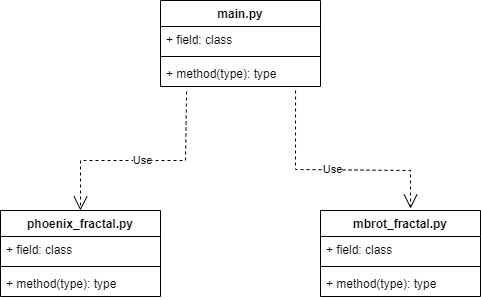
Before: doc/UML-5.0.png, a diagram exported from draw.io (TannertheHowell/modular-fractal-generator). Source tidied: cells renumbered, new cells last; positions are measured from the earlier drawing's top-left corner, leaving out a move shared by most shapes. Its diagram source:
```xml
<mxGraphModel>
  <root>
    <mxCell id="0" />
    <mxCell id="1" parent="0" />
    <mxCell id="2" value="main.py" style="swimlane;fontStyle=1;align=center;verticalAlign=top;horizontal=1;startSize=26;whiteSpace=wrap;html=1;" parent="1" vertex="1">
      <mxGeometry x="160" width="160" height="86" as="geometry" />
    </mxCell>
    <mxCell id="3" value="+ field: class" style="text;strokeColor=none;fillColor=none;align=left;verticalAlign=top;spacingLeft=4;spacingRight=4;overflow=hidden;whiteSpace=wrap;html=1;" parent="2" vertex="1">
      <mxGeometry y="26" width="160" height="26" as="geometry" />
    </mxCell>
    <mxCell id="4" style="line;strokeWidth=1;fillColor=none;align=left;verticalAlign=middle;spacingTop=-1;spacingLeft=3;spacingRight=3;labelPosition=right;strokeColor=inherit;" parent="2" vertex="1">
      <mxGeometry y="52" width="160" height="8" as="geometry" />
    </mxCell>
    <mxCell id="5" value="+ method(type): type" style="text;strokeColor=none;fillColor=none;align=left;verticalAlign=top;spacingLeft=4;spacingRight=4;overflow=hidden;points=[[0,0.5],[1,0.5]];portConstraint=eastwest;whiteSpace=wrap;html=1;" parent="2" vertex="1">
      <mxGeometry y="60" width="160" height="26" as="geometry" />
    </mxCell>
    <mxCell id="6" value="phoenix_fractal.py" style="swimlane;fontStyle=1;align=center;verticalAlign=top;horizontal=1;startSize=26;whiteSpace=wrap;html=1;" parent="1" vertex="1">
      <mxGeometry y="210" width="160" height="86" as="geometry" />
    </mxCell>
    <mxCell id="7" value="+ field: class" style="text;strokeColor=none;fillColor=none;align=left;verticalAlign=top;spacingLeft=4;spacingRight=4;overflow=hidden;whiteSpace=wrap;html=1;" parent="6" vertex="1">
      <mxGeometry y="26" width="160" height="26" as="geometry" />
    </mxCell>
    <mxCell id="8" style="line;strokeWidth=1;fillColor=none;align=left;verticalAlign=middle;spacingTop=-1;spacingLeft=3;spacingRight=3;labelPosition=right;strokeColor=inherit;" parent="6" vertex="1">
      <mxGeometry y="52" width="160" height="8" as="geometry" />
    </mxCell>
    <mxCell id="9" value="+ method(type): type" style="text;strokeColor=none;fillColor=none;align=left;verticalAlign=top;spacingLeft=4;spacingRight=4;overflow=hidden;whiteSpace=wrap;html=1;" parent="6" vertex="1">
      <mxGeometry y="60" width="160" height="26" as="geometry" />
    </mxCell>
    <mxCell id="10" value="mbrot_fractal.py" style="swimlane;fontStyle=1;align=center;verticalAlign=top;horizontal=1;startSize=26;whiteSpace=wrap;html=1;" parent="1" vertex="1">
      <mxGeometry x="320" y="210" width="160" height="86" as="geometry" />
    </mxCell>
    <mxCell id="11" value="+ field: class" style="text;strokeColor=none;fillColor=none;align=left;verticalAlign=top;spacingLeft=4;spacingRight=4;overflow=hidden;whiteSpace=wrap;html=1;" parent="10" vertex="1">
      <mxGeometry y="26" width="160" height="26" as="geometry" />
    </mxCell>
    <mxCell id="12" style="line;strokeWidth=1;fillColor=none;align=left;verticalAlign=middle;spacingTop=-1;spacingLeft=3;spacingRight=3;labelPosition=right;strokeColor=inherit;" parent="10" vertex="1">
      <mxGeometry y="52" width="160" height="8" as="geometry" />
    </mxCell>
    <mxCell id="13" value="+ method(type): type" style="text;strokeColor=none;fillColor=none;align=left;verticalAlign=top;spacingLeft=4;spacingRight=4;overflow=hidden;whiteSpace=wrap;html=1;" parent="10" vertex="1">
      <mxGeometry y="60" width="160" height="26" as="geometry" />
    </mxCell>
    <mxCell id="14" value="Use" style="endArrow=open;endSize=12;dashed=1;html=1;rounded=0;exitX=0.163;exitY=1.192;exitDx=0;exitDy=0;exitPerimeter=0;entryX=0.5;entryY=0;entryDx=0;entryDy=0;" parent="1" edge="1" source="5" target="6">
      <mxGeometry relative="1" as="geometry">
        <Array as="points">
          <mxPoint x="185" y="160" />
          <mxPoint x="80" y="160" />
        </Array>
      </mxGeometry>
    </mxCell>
    <mxCell id="15" value="Use" style="endArrow=open;endSize=12;dashed=1;html=1;rounded=0;exitX=0.844;exitY=1.154;exitDx=0;exitDy=0;exitPerimeter=0;entryX=0.563;entryY=-0.023;entryDx=0;entryDy=0;entryPerimeter=0;" parent="1" edge="1" source="5" target="10">
      <mxGeometry relative="1" as="geometry">
        <Array as="points">
          <mxPoint x="295" y="169" />
          <mxPoint x="410" y="170" />
        </Array>
      </mxGeometry>
    </mxCell>
  </root>
</mxGraphModel>
```
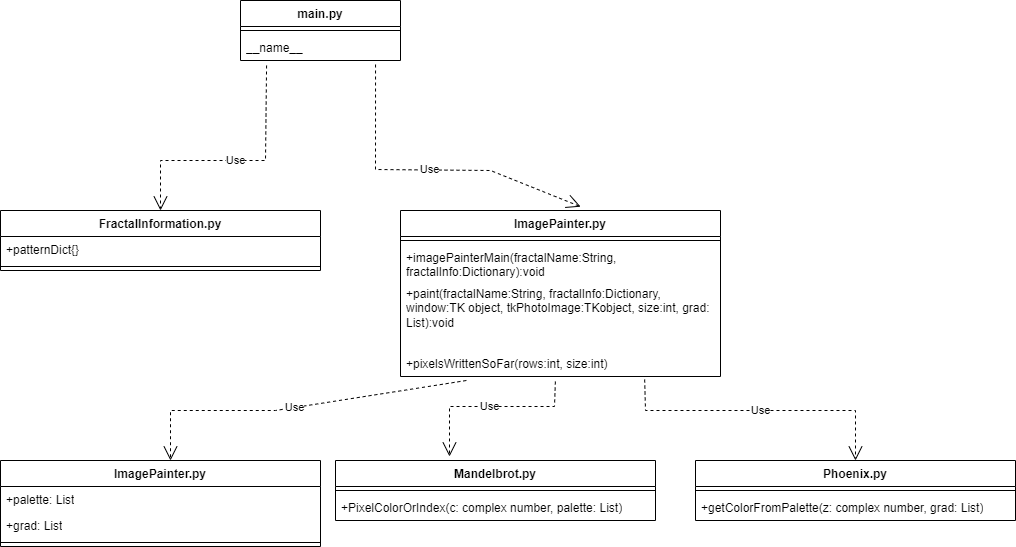
Above is the later version.

The edit, as a diff of the source:
```diff
@@ -3,43 +3,32 @@
     <mxCell id="0" />
     <mxCell id="1" parent="0" />
     <mxCell id="2" value="main.py" style="swimlane;fontStyle=1;align=center;verticalAlign=top;horizontal=1;startSize=26;whiteSpace=wrap;html=1;" parent="1" vertex="1">
-      <mxGeometry x="160" width="160" height="86" as="geometry" />
+      <mxGeometry x="160" width="160" height="60" as="geometry" />
     </mxCell>
-    <mxCell id="3" value="+ field: class" style="text;strokeColor=none;fillColor=none;align=left;verticalAlign=top;spacingLeft=4;spacingRight=4;overflow=hidden;whiteSpace=wrap;html=1;" parent="2" vertex="1">
-      <mxGeometry y="26" width="160" height="26" as="geometry" />
-    </mxCell>
     <mxCell id="4" style="line;strokeWidth=1;fillColor=none;align=left;verticalAlign=middle;spacingTop=-1;spacingLeft=3;spacingRight=3;labelPosition=right;strokeColor=inherit;" parent="2" vertex="1">
-      <mxGeometry y="52" width="160" height="8" as="geometry" />
+      <mxGeometry y="26" width="160" height="8" as="geometry" />
     </mxCell>
-    <mxCell id="5" value="+ method(type): type" style="text;strokeColor=none;fillColor=none;align=left;verticalAlign=top;spacingLeft=4;spacingRight=4;overflow=hidden;points=[[0,0.5],[1,0.5]];portConstraint=eastwest;whiteSpace=wrap;html=1;" parent="2" vertex="1">
-      <mxGeometry y="60" width="160" height="26" as="geometry" />
+    <mxCell id="5" value="__name__" style="text;strokeColor=none;fillColor=none;align=left;verticalAlign=top;spacingLeft=4;spacingRight=4;overflow=hidden;points=[[0,0.5],[1,0.5]];portConstraint=eastwest;whiteSpace=wrap;html=1;" parent="2" vertex="1">
+      <mxGeometry y="34" width="160" height="26" as="geometry" />
     </mxCell>
-    <mxCell id="6" value="phoenix_fractal.py" style="swimlane;fontStyle=1;align=center;verticalAlign=top;horizontal=1;startSize=26;whiteSpace=wrap;html=1;" parent="1" vertex="1">
-      <mxGeometry y="210" width="160" height="86" as="geometry" />
-    </mxCell>
-    <mxCell id="7" value="+ field: class" style="text;strokeColor=none;fillColor=none;align=left;verticalAlign=top;spacingLeft=4;spacingRight=4;overflow=hidden;whiteSpace=wrap;html=1;" parent="6" vertex="1">
-      <mxGeometry y="26" width="160" height="26" as="geometry" />
-    </mxCell>
-    <mxCell id="8" style="line;strokeWidth=1;fillColor=none;align=left;verticalAlign=middle;spacingTop=-1;spacingLeft=3;spacingRight=3;labelPosition=right;strokeColor=inherit;" parent="6" vertex="1">
-      <mxGeometry y="52" width="160" height="8" as="geometry" />
-    </mxCell>
-    <mxCell id="9" value="+ method(type): type" style="text;strokeColor=none;fillColor=none;align=left;verticalAlign=top;spacingLeft=4;spacingRight=4;overflow=hidden;whiteSpace=wrap;html=1;" parent="6" vertex="1">
-      <mxGeometry y="60" width="160" height="26" as="geometry" />
-    </mxCell>
-    <mxCell id="10" value="mbrot_fractal.py" style="swimlane;fontStyle=1;align=center;verticalAlign=top;horizontal=1;startSize=26;whiteSpace=wrap;html=1;" parent="1" vertex="1">
-      <mxGeometry x="320" y="210" width="160" height="86" as="geometry" />
+    <mxCell id="10" value="ImagePainter.py" style="swimlane;fontStyle=1;align=center;verticalAlign=top;horizontal=1;startSize=26;whiteSpace=wrap;html=1;" parent="1" vertex="1">
+      <mxGeometry x="320" y="210" width="320" height="166" as="geometry" />
     </mxCell>
-    <mxCell id="11" value="+ field: class" style="text;strokeColor=none;fillColor=none;align=left;verticalAlign=top;spacingLeft=4;spacingRight=4;overflow=hidden;whiteSpace=wrap;html=1;" parent="10" vertex="1">
-      <mxGeometry y="26" width="160" height="26" as="geometry" />
-    </mxCell>
     <mxCell id="12" style="line;strokeWidth=1;fillColor=none;align=left;verticalAlign=middle;spacingTop=-1;spacingLeft=3;spacingRight=3;labelPosition=right;strokeColor=inherit;" parent="10" vertex="1">
-      <mxGeometry y="52" width="160" height="8" as="geometry" />
+      <mxGeometry y="26" width="320" height="8" as="geometry" />
     </mxCell>
-    <mxCell id="13" value="+ method(type): type" style="text;strokeColor=none;fillColor=none;align=left;verticalAlign=top;spacingLeft=4;spacingRight=4;overflow=hidden;whiteSpace=wrap;html=1;" parent="10" vertex="1">
-      <mxGeometry y="60" width="160" height="26" as="geometry" />
+    <mxCell id="13" value="+imagePainterMain(fractalName:String, fractalInfo:Dictionary):void" style="text;strokeColor=none;fillColor=none;align=left;verticalAlign=top;spacingLeft=4;spacingRight=4;overflow=hidden;whiteSpace=wrap;html=1;" parent="10" vertex="1">
+      <mxGeometry y="34" width="320" height="36" as="geometry" />
     </mxCell>
+    <mxCell id="16" value="+paint(fractalName:String, fractalInfo:Dictionary, window:TK object, tkPhotoImage:TKobject, size:int, grad:&lt;br&gt;List):void" style="text;strokeColor=none;fillColor=none;align=left;verticalAlign=top;spacingLeft=4;spacingRight=4;overflow=hidden;whiteSpace=wrap;html=1;" parent="10" vertex="1">
+      <mxGeometry y="70" width="320" height="70" as="geometry" />
+    </mxCell>
+    <mxCell id="17" value="+pixelsWrittenSoFar(rows:int, size:int&lt;span style=&quot;background-color: initial;&quot;&gt;)&lt;/span&gt;" style="text;strokeColor=none;fillColor=none;align=left;verticalAlign=top;spacingLeft=4;spacingRight=4;overflow=hidden;points=[[0,0.5],[1,0.5]];portConstraint=eastwest;whiteSpace=wrap;html=1;" parent="10" vertex="1">
+      <mxGeometry y="140" width="320" height="26" as="geometry" />
+    </mxCell>
-    <mxCell id="14" value="Use" style="endArrow=open;endSize=12;dashed=1;html=1;rounded=0;exitX=0.163;exitY=1.192;exitDx=0;exitDy=0;exitPerimeter=0;entryX=0.5;entryY=0;entryDx=0;entryDy=0;" parent="1" edge="1" source="5" target="6">
+    <mxCell id="14" value="Use" style="endArrow=open;endSize=12;dashed=1;html=1;rounded=0;exitX=0.163;exitY=1.192;exitDx=0;exitDy=0;exitPerimeter=0;entryX=0.5;entryY=0;entryDx=0;entryDy=0;" parent="1" edge="1" source="5">
       <mxGeometry relative="1" as="geometry">
+        <mxPoint x="80" y="210" as="targetPoint" />
         <Array as="points">
           <mxPoint x="185" y="160" />
           <mxPoint x="80" y="160" />
@@ -54,5 +43,70 @@
         </Array>
       </mxGeometry>
     </mxCell>
+    <mxCell id="18" value="FractalInformation.py" style="swimlane;fontStyle=1;align=center;verticalAlign=top;horizontal=1;startSize=26;whiteSpace=wrap;html=1;" parent="1" vertex="1">
+      <mxGeometry x="-80" y="210" width="320" height="60" as="geometry" />
+    </mxCell>
+    <mxCell id="19" value="+patternDict{}" style="text;strokeColor=none;fillColor=none;align=left;verticalAlign=top;spacingLeft=4;spacingRight=4;overflow=hidden;whiteSpace=wrap;html=1;" parent="18" vertex="1">
+      <mxGeometry y="26" width="320" height="26" as="geometry" />
+    </mxCell>
+    <mxCell id="20" style="line;strokeWidth=1;fillColor=none;align=left;verticalAlign=middle;spacingTop=-1;spacingLeft=3;spacingRight=3;labelPosition=right;strokeColor=inherit;" parent="18" vertex="1">
+      <mxGeometry y="52" width="320" height="8" as="geometry" />
+    </mxCell>
+    <mxCell id="21" value="ImagePainter.py" style="swimlane;fontStyle=1;align=center;verticalAlign=top;horizontal=1;startSize=26;whiteSpace=wrap;html=1;" parent="1" vertex="1">
+      <mxGeometry x="-80" y="460" width="320" height="86" as="geometry" />
+    </mxCell>
+    <mxCell id="22" value="+palette: List" style="text;strokeColor=none;fillColor=none;align=left;verticalAlign=top;spacingLeft=4;spacingRight=4;overflow=hidden;whiteSpace=wrap;html=1;" parent="21" vertex="1">
+      <mxGeometry y="26" width="320" height="26" as="geometry" />
+    </mxCell>
+    <mxCell id="23" value="+grad: List" style="text;strokeColor=none;fillColor=none;align=left;verticalAlign=top;spacingLeft=4;spacingRight=4;overflow=hidden;whiteSpace=wrap;html=1;" parent="21" vertex="1">
+      <mxGeometry y="52" width="320" height="26" as="geometry" />
+    </mxCell>
+    <mxCell id="24" style="line;strokeWidth=1;fillColor=none;align=left;verticalAlign=middle;spacingTop=-1;spacingLeft=3;spacingRight=3;labelPosition=right;strokeColor=inherit;" parent="21" vertex="1">
+      <mxGeometry y="78" width="320" height="8" as="geometry" />
+    </mxCell>
+    <mxCell id="25" value="Use" style="endArrow=open;endSize=12;dashed=1;html=1;rounded=0;exitX=0.206;exitY=1.154;exitDx=0;exitDy=0;exitPerimeter=0;entryX=0.5;entryY=0;entryDx=0;entryDy=0;" parent="1" edge="1" source="17">
+      <mxGeometry relative="1" as="geometry">
+        <mxPoint x="90" y="460" as="targetPoint" />
+        <Array as="points">
+          <mxPoint x="195" y="410" />
+          <mxPoint x="90" y="410" />
+        </Array>
+      </mxGeometry>
+    </mxCell>
+    <mxCell id="26" value="Mandelbrot.py" style="swimlane;fontStyle=1;align=center;verticalAlign=top;horizontal=1;startSize=26;whiteSpace=wrap;html=1;" parent="1" vertex="1">
+      <mxGeometry x="255" y="460" width="320" height="60" as="geometry" />
+    </mxCell>
+    <mxCell id="27" style="line;strokeWidth=1;fillColor=none;align=left;verticalAlign=middle;spacingTop=-1;spacingLeft=3;spacingRight=3;labelPosition=right;strokeColor=inherit;" parent="26" vertex="1">
+      <mxGeometry y="26" width="320" height="8" as="geometry" />
+    </mxCell>
+    <mxCell id="28" value="+PixelColorOrIndex(c: complex number, palette: List)" style="text;strokeColor=none;fillColor=none;align=left;verticalAlign=top;spacingLeft=4;spacingRight=4;overflow=hidden;whiteSpace=wrap;html=1;" parent="26" vertex="1">
+      <mxGeometry y="34" width="320" height="26" as="geometry" />
+    </mxCell>
+    <mxCell id="29" value="Phoenix.py" style="swimlane;fontStyle=1;align=center;verticalAlign=top;horizontal=1;startSize=26;whiteSpace=wrap;html=1;" parent="1" vertex="1">
+      <mxGeometry x="615" y="460" width="320" height="60" as="geometry" />
+    </mxCell>
+    <mxCell id="30" style="line;strokeWidth=1;fillColor=none;align=left;verticalAlign=middle;spacingTop=-1;spacingLeft=3;spacingRight=3;labelPosition=right;strokeColor=inherit;" parent="29" vertex="1">
+      <mxGeometry y="26" width="320" height="8" as="geometry" />
+    </mxCell>
+    <mxCell id="31" value="+getColorFromPalette(z: complex number, grad: List)" style="text;strokeColor=none;fillColor=none;align=left;verticalAlign=top;spacingLeft=4;spacingRight=4;overflow=hidden;whiteSpace=wrap;html=1;" parent="29" vertex="1">
+      <mxGeometry y="34" width="320" height="26" as="geometry" />
+    </mxCell>
+    <mxCell id="32" value="Use" style="endArrow=open;endSize=12;dashed=1;html=1;rounded=0;exitX=0.484;exitY=1.192;exitDx=0;exitDy=0;exitPerimeter=0;entryX=0.5;entryY=0;entryDx=0;entryDy=0;" parent="1" edge="1" source="17">
+      <mxGeometry relative="1" as="geometry">
+        <mxPoint x="369" y="456" as="targetPoint" />
+        <Array as="points">
+          <mxPoint x="474" y="406" />
+          <mxPoint x="369" y="406" />
+        </Array>
+      </mxGeometry>
+    </mxCell>
+    <mxCell id="33" value="Use" style="endArrow=open;endSize=12;dashed=1;html=1;rounded=0;exitX=0.763;exitY=1.115;exitDx=0;exitDy=0;exitPerimeter=0;entryX=0.5;entryY=0;entryDx=0;entryDy=0;" parent="1" edge="1" source="17" target="29">
+      <mxGeometry relative="1" as="geometry">
+        <Array as="points">
+          <mxPoint x="565" y="410" />
+          <mxPoint x="775" y="410" />
+        </Array>
+      </mxGeometry>
+    </mxCell>
   </root>
 </mxGraphModel>
```
